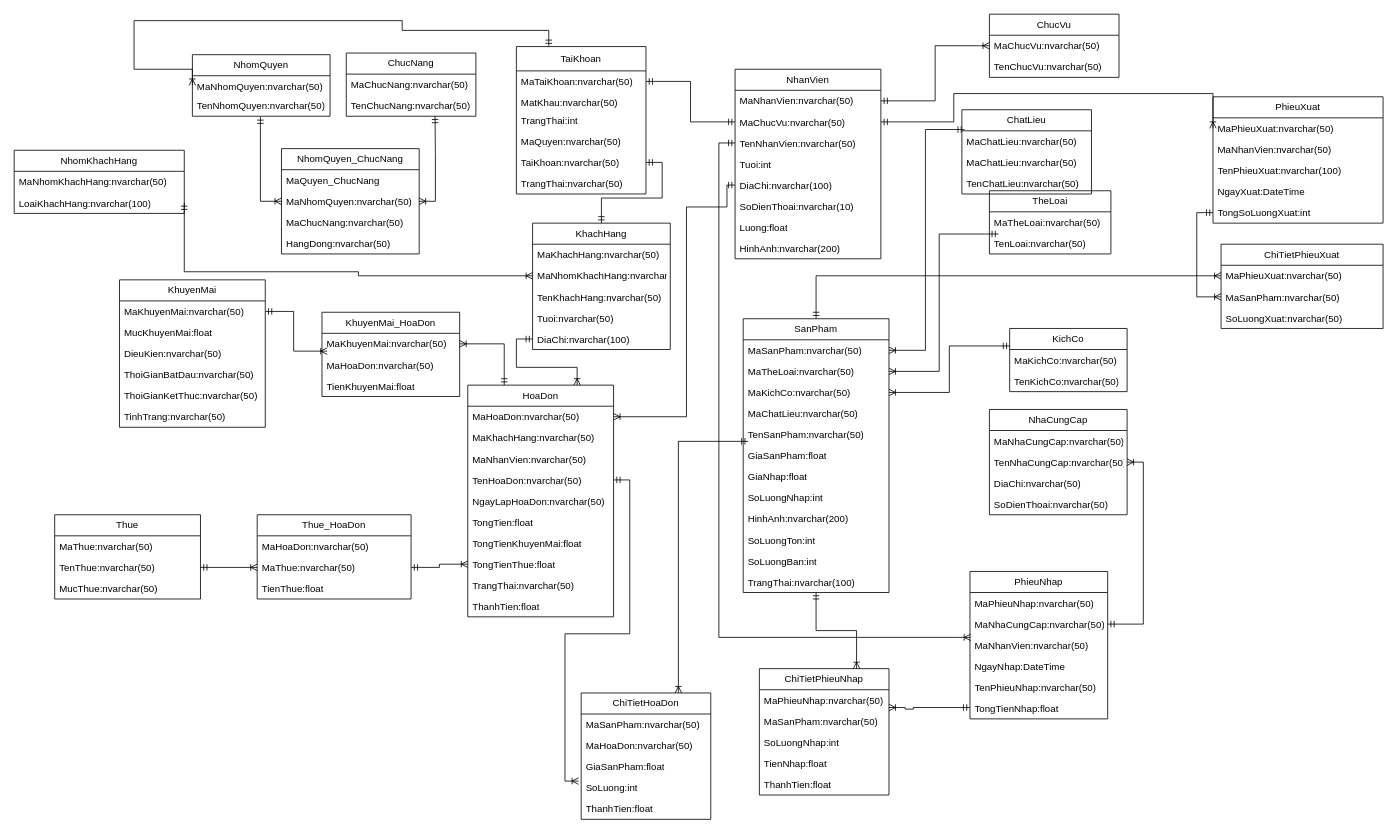
The draw.io diagram Biểu đồ không có tiêu đề (1).drawio in maivantai2003/Database, before the edit. Source tidied: cells renumbered, new cells numbered last; positions are measured from the earlier drawing's top-left corner, leaving out a move shared by most shapes. Both pictures are drawn from the tidied source at 81%, with x=0, y=0 at pixel (14, 14).
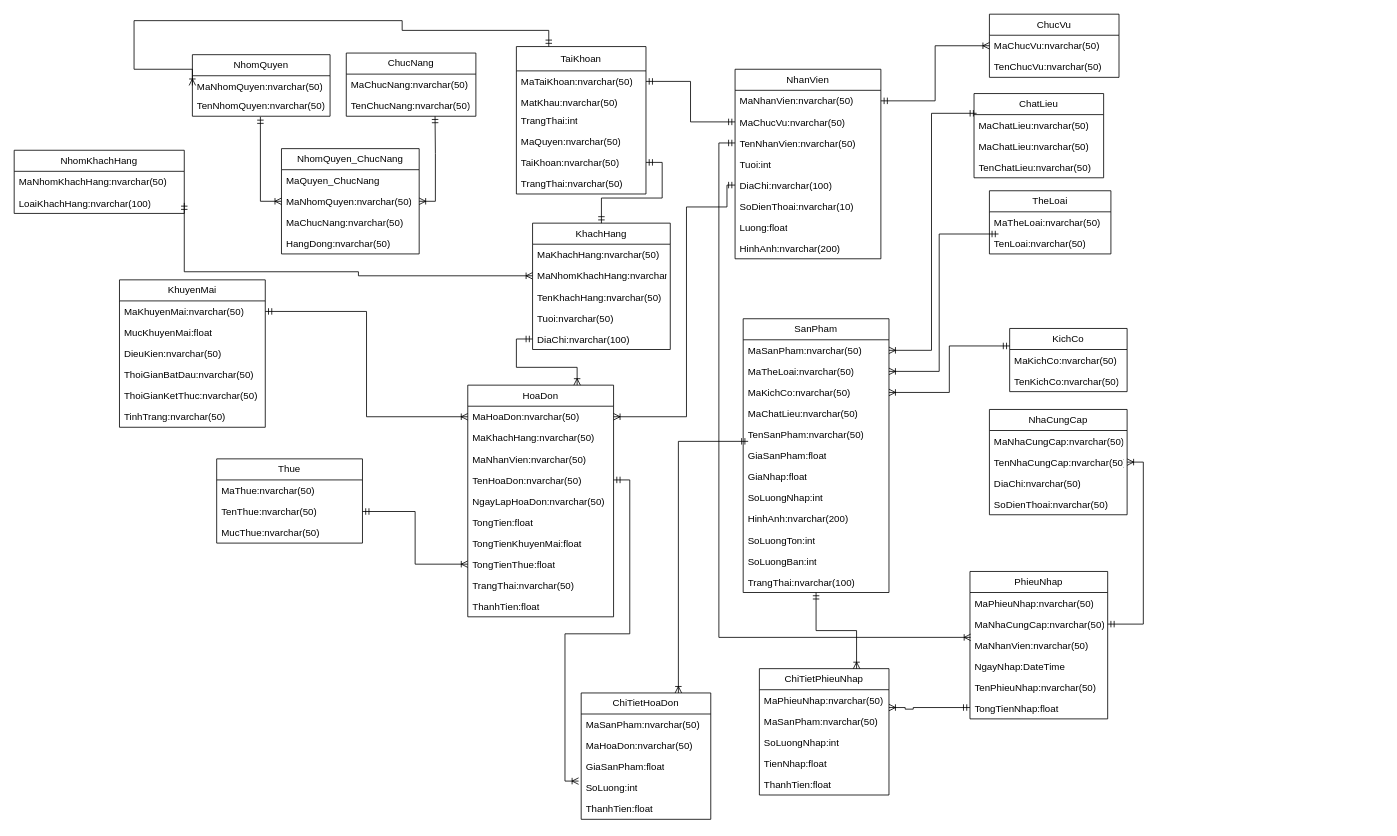
The same diagram, later.

Commit message:
Cập nhật Biểu đồ không có tiêu đề (1).drawio

The change refers to these unchanged cells:
```xml
<mxCell id="25" value="MaChucVu:nvarchar(50)" style="text;strokeColor=none;fillColor=none;align=left;verticalAlign=top;spacingLeft=4;spacingRight=4;overflow=hidden;points=[[0,0.5],[1,0.5]];portConstraint=eastwest;whiteSpace=wrap;html=1;" parent="23" vertex="1">
  <mxGeometry y="52" width="180" height="26" as="geometry" />
</mxCell>
<mxCell id="48" value="SanPham" style="swimlane;fontStyle=0;horizontal=1;startSize=26;fillColor=none;whiteSpace=wrap;html=1;" parent="1" vertex="1">
  <mxGeometry x="900" y="376" width="180" height="338" as="geometry" />
</mxCell>
<mxCell id="94" value="HoaDon" style="swimlane;fontStyle=0;horizontal=1;startSize=26;fillColor=none;whiteSpace=wrap;html=1;" parent="1" vertex="1">
  <mxGeometry x="560" y="458" width="180" height="286" as="geometry" />
</mxCell>
<mxCell id="95" value="MaHoaDon:nvarchar(50)" style="text;strokeColor=none;fillColor=none;align=left;verticalAlign=top;spacingLeft=4;spacingRight=4;overflow=hidden;points=[[0,0.5],[1,0.5]];portConstraint=eastwest;whiteSpace=wrap;html=1;" parent="94" vertex="1">
  <mxGeometry y="26" width="180" height="26" as="geometry" />
</mxCell>
<mxCell id="102" value="TongTienThue:float" style="text;strokeColor=none;fillColor=none;align=left;verticalAlign=top;spacingLeft=4;spacingRight=4;overflow=hidden;points=[[0,0.5],[1,0.5]];portConstraint=eastwest;whiteSpace=wrap;html=1;" parent="94" vertex="1">
  <mxGeometry y="208" width="180" height="26" as="geometry" />
</mxCell>
<mxCell id="106" value="MaKhuyenMai:nvarchar(50)" style="text;strokeColor=none;fillColor=none;align=left;verticalAlign=top;spacingLeft=4;spacingRight=4;overflow=hidden;points=[[0,0.5],[1,0.5]];portConstraint=eastwest;whiteSpace=wrap;html=1;" parent="105" vertex="1">
  <mxGeometry y="26" width="180" height="26" as="geometry" />
</mxCell>
<mxCell id="133" value="TenThue:nvarchar(50)" style="text;strokeColor=none;fillColor=none;align=left;verticalAlign=top;spacingLeft=4;spacingRight=4;overflow=hidden;points=[[0,0.5],[1,0.5]];portConstraint=eastwest;whiteSpace=wrap;html=1;" parent="131" vertex="1">
  <mxGeometry y="52" width="180" height="26" as="geometry" />
</mxCell>
```

What changed in the source:
```diff
@@
-    <mxCell id="47" style="edgeStyle=orthogonalEdgeStyle;rounded=0;jettySize=auto;html=1;exitX=0.5;exitY=0;exitDx=0;exitDy=0;entryX=0;entryY=0.5;entryDx=0;entryDy=0;startArrow=ERmandOne;startFill=0;endArrow=ERoneToMany;endFill=0;" parent="1" edge="1" source="48" target="148">
-      <mxGeometry relative="1" as="geometry" />
-    </mxCell>
@@
     <mxCell id="61" value="ChatLieu" style="swimlane;fontStyle=0;horizontal=1;startSize=26;fillColor=none;whiteSpace=wrap;html=1;" parent="1" vertex="1">
-      <mxGeometry x="1170" y="118" width="160" height="104" as="geometry" />
+      <mxGeometry x="1185" y="98" width="160" height="104" as="geometry" />
     </mxCell>
@@
-    <mxCell id="121" value="KhuyenMai_HoaDon" style="swimlane;fontStyle=0;horizontal=1;startSize=26;fillColor=none;whiteSpace=wrap;html=1;" parent="1" vertex="1">
-      <mxGeometry x="380" y="368" width="170" height="104" as="geometry" />
-    </mxCell>
-    <mxCell id="122" value="MaKhuyenMai:nvarchar(50)" style="text;strokeColor=none;fillColor=none;align=left;verticalAlign=top;spacingLeft=4;spacingRight=4;overflow=hidden;points=[[0,0.5],[1,0.5]];portConstraint=eastwest;whiteSpace=wrap;html=1;" parent="121" vertex="1">
-      <mxGeometry y="26" width="170" height="26" as="geometry" />
-    </mxCell>
-    <mxCell id="123" value="MaHoaDon:nvarchar(50)" style="text;strokeColor=none;fillColor=none;align=left;verticalAlign=top;spacingLeft=4;spacingRight=4;overflow=hidden;points=[[0,0.5],[1,0.5]];portConstraint=eastwest;whiteSpace=wrap;html=1;" parent="121" vertex="1">
-      <mxGeometry y="52" width="170" height="26" as="geometry" />
-    </mxCell>
-    <mxCell id="124" value="TienKhuyenMai:float" style="text;strokeColor=none;fillColor=none;align=left;verticalAlign=top;spacingLeft=4;spacingRight=4;overflow=hidden;whiteSpace=wrap;html=1;" parent="121" vertex="1">
-      <mxGeometry y="78" width="170" height="26" as="geometry" />
-    </mxCell>
-    <mxCell id="125" style="edgeStyle=orthogonalEdgeStyle;rounded=0;jettySize=auto;html=1;exitX=1;exitY=0.5;exitDx=0;exitDy=0;entryX=0.038;entryY=-0.154;entryDx=0;entryDy=0;entryPerimeter=0;startArrow=ERmandOne;startFill=0;endArrow=ERoneToMany;endFill=0;" parent="1" edge="1" source="106" target="123">
+    <mxCell id="125" style="edgeStyle=orthogonalEdgeStyle;rounded=0;jettySize=auto;html=1;exitX=1;exitY=0.5;exitDx=0;exitDy=0;entryX=0;entryY=0.5;entryDx=0;entryDy=0;startArrow=ERmandOne;startFill=0;endArrow=ERoneToMany;endFill=0;" parent="1" edge="1" source="106" target="95">
       <mxGeometry relative="1" as="geometry" />
     </mxCell>
-    <mxCell id="126" style="edgeStyle=orthogonalEdgeStyle;rounded=0;jettySize=auto;html=1;exitX=1;exitY=0.5;exitDx=0;exitDy=0;entryX=0.25;entryY=0;entryDx=0;entryDy=0;startArrow=ERoneToMany;startFill=0;endArrow=ERmandOne;endFill=0;" parent="1" edge="1" source="122" target="94">
-      <mxGeometry relative="1" as="geometry" />
-    </mxCell>
@@
     <mxCell id="131" value="Thue" style="swimlane;fontStyle=0;horizontal=1;startSize=26;fillColor=none;whiteSpace=wrap;html=1;" parent="1" vertex="1">
-      <mxGeometry x="50" y="618" width="180" height="104" as="geometry" />
+      <mxGeometry x="250" y="549" width="180" height="104" as="geometry" />
     </mxCell>
@@
-    <mxCell id="135" value="Thue_HoaDon" style="swimlane;fontStyle=0;horizontal=1;startSize=26;fillColor=none;whiteSpace=wrap;html=1;" parent="1" vertex="1">
-      <mxGeometry x="300" y="618" width="190" height="104" as="geometry" />
-    </mxCell>
-    <mxCell id="136" value="MaHoaDon:nvarchar(50)" style="text;strokeColor=none;fillColor=none;align=left;verticalAlign=top;spacingLeft=4;spacingRight=4;overflow=hidden;whiteSpace=wrap;html=1;" parent="135" vertex="1">
-      <mxGeometry y="26" width="190" height="26" as="geometry" />
-    </mxCell>
-    <mxCell id="137" value="MaThue:nvarchar(50)" style="text;strokeColor=none;fillColor=none;align=left;verticalAlign=top;spacingLeft=4;spacingRight=4;overflow=hidden;points=[[0,0.5],[1,0.5]];portConstraint=eastwest;whiteSpace=wrap;html=1;" parent="135" vertex="1">
-      <mxGeometry y="52" width="190" height="26" as="geometry" />
-    </mxCell>
-    <mxCell id="138" value="TienThue:float" style="text;strokeColor=none;fillColor=none;align=left;verticalAlign=top;spacingLeft=4;spacingRight=4;overflow=hidden;whiteSpace=wrap;html=1;" parent="135" vertex="1">
-      <mxGeometry y="78" width="190" height="26" as="geometry" />
-    </mxCell>
-    <mxCell id="139" style="edgeStyle=orthogonalEdgeStyle;rounded=0;jettySize=auto;html=1;exitX=1;exitY=0.5;exitDx=0;exitDy=0;entryX=0;entryY=0.5;entryDx=0;entryDy=0;startArrow=ERmandOne;startFill=0;endArrow=ERoneToMany;endFill=0;" parent="1" edge="1" source="133" target="137">
+    <mxCell id="139" style="edgeStyle=orthogonalEdgeStyle;rounded=0;jettySize=auto;html=1;exitX=1;exitY=0.5;exitDx=0;exitDy=0;entryX=0;entryY=0.5;entryDx=0;entryDy=0;startArrow=ERmandOne;startFill=0;endArrow=ERoneToMany;endFill=0;" parent="1" edge="1" source="133" target="102">
       <mxGeometry relative="1" as="geometry" />
     </mxCell>
-    <mxCell id="140" style="edgeStyle=orthogonalEdgeStyle;rounded=0;jettySize=auto;html=1;exitX=1;exitY=0.5;exitDx=0;exitDy=0;startArrow=ERmandOne;startFill=0;endArrow=ERoneToMany;endFill=0;" parent="1" edge="1" source="137" target="102">
-      <mxGeometry relative="1" as="geometry" />
-    </mxCell>
-    <mxCell id="141" value="PhieuXuat" style="swimlane;fontStyle=0;horizontal=1;startSize=26;fillColor=none;whiteSpace=wrap;html=1;" parent="1" vertex="1">
-      <mxGeometry x="1480" y="102" width="210" height="156" as="geometry" />
-    </mxCell>
-    <mxCell id="142" value="MaPhieuXuat:nvarchar(50)" style="text;strokeColor=none;fillColor=none;align=left;verticalAlign=top;spacingLeft=4;spacingRight=4;overflow=hidden;points=[[0,0.5],[1,0.5]];portConstraint=eastwest;whiteSpace=wrap;html=1;" parent="141" vertex="1">
-      <mxGeometry y="26" width="210" height="26" as="geometry" />
-    </mxCell>
-    <mxCell id="143" value="MaNhanVien:nvarchar(50)" style="text;strokeColor=none;fillColor=none;align=left;verticalAlign=top;spacingLeft=4;spacingRight=4;overflow=hidden;whiteSpace=wrap;html=1;" parent="141" vertex="1">
-      <mxGeometry y="52" width="210" height="26" as="geometry" />
-    </mxCell>
-    <mxCell id="144" value="TenPhieuXuat:nvarchar(100)" style="text;strokeColor=none;fillColor=none;align=left;verticalAlign=top;spacingLeft=4;spacingRight=4;overflow=hidden;whiteSpace=wrap;html=1;" parent="141" vertex="1">
-      <mxGeometry y="78" width="210" height="26" as="geometry" />
-    </mxCell>
-    <mxCell id="145" value="NgayXuat:DateTime" style="text;strokeColor=none;fillColor=none;align=left;verticalAlign=top;spacingLeft=4;spacingRight=4;overflow=hidden;whiteSpace=wrap;html=1;" parent="141" vertex="1">
-      <mxGeometry y="104" width="210" height="26" as="geometry" />
-    </mxCell>
-    <mxCell id="146" value="TongSoLuongXuat:int" style="text;strokeColor=none;fillColor=none;align=left;verticalAlign=top;spacingLeft=4;spacingRight=4;overflow=hidden;points=[[0,0.5],[1,0.5]];portConstraint=eastwest;whiteSpace=wrap;html=1;" parent="141" vertex="1">
-      <mxGeometry y="130" width="210" height="26" as="geometry" />
-    </mxCell>
-    <mxCell id="147" value="ChiTietPhieuXuat" style="swimlane;fontStyle=0;horizontal=1;startSize=26;fillColor=none;whiteSpace=wrap;html=1;" parent="1" vertex="1">
-      <mxGeometry x="1490" y="284" width="200" height="104" as="geometry" />
-    </mxCell>
-    <mxCell id="148" value="MaPhieuXuat:nvarchar(50)" style="text;strokeColor=none;fillColor=none;align=left;verticalAlign=top;spacingLeft=4;spacingRight=4;overflow=hidden;points=[[0,0.5],[1,0.5]];portConstraint=eastwest;whiteSpace=wrap;html=1;" parent="147" vertex="1">
-      <mxGeometry y="26" width="200" height="26" as="geometry" />
-    </mxCell>
-    <mxCell id="149" value="MaSanPham:nvarchar(50)" style="text;strokeColor=none;fillColor=none;align=left;verticalAlign=top;spacingLeft=4;spacingRight=4;overflow=hidden;points=[[0,0.5],[1,0.5]];portConstraint=eastwest;whiteSpace=wrap;html=1;" parent="147" vertex="1">
-      <mxGeometry y="52" width="200" height="26" as="geometry" />
-    </mxCell>
-    <mxCell id="150" value="SoLuongXuat:nvarchar(50)" style="text;strokeColor=none;fillColor=none;align=left;verticalAlign=top;spacingLeft=4;spacingRight=4;overflow=hidden;whiteSpace=wrap;html=1;" parent="147" vertex="1">
-      <mxGeometry y="78" width="200" height="26" as="geometry" />
-    </mxCell>
-    <mxCell id="151" style="edgeStyle=orthogonalEdgeStyle;rounded=0;jettySize=auto;html=1;exitX=1;exitY=0.5;exitDx=0;exitDy=0;entryX=0;entryY=0.5;entryDx=0;entryDy=0;startArrow=ERmandOne;startFill=0;endArrow=ERoneToMany;endFill=0;" parent="1" edge="1" source="25" target="142">
-      <mxGeometry relative="1" as="geometry">
-        <Array as="points">
-          <mxPoint x="1160" y="133" />
-          <mxPoint x="1160" y="98" />
-          <mxPoint x="1480" y="98" />
-        </Array>
-      </mxGeometry>
-    </mxCell>
-    <mxCell id="152" style="edgeStyle=orthogonalEdgeStyle;rounded=0;jettySize=auto;html=1;exitX=0;exitY=0.5;exitDx=0;exitDy=0;entryX=0;entryY=0.5;entryDx=0;entryDy=0;startArrow=ERmandOne;startFill=0;endArrow=ERoneToMany;endFill=0;" parent="1" edge="1" source="146" target="149">
-      <mxGeometry relative="1" as="geometry" />
-    </mxCell>
```
